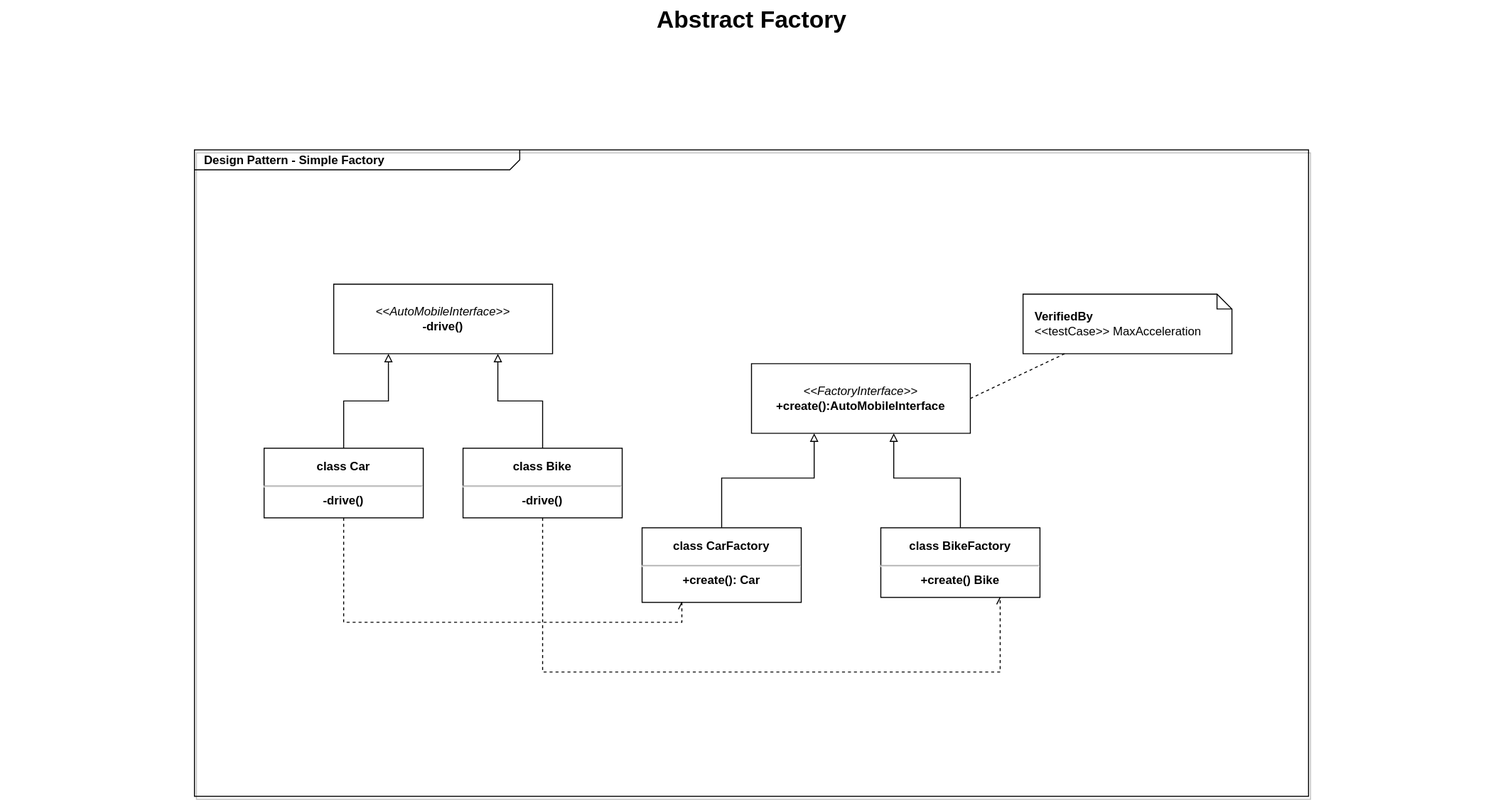
Earlier version of the draw.io export Untitled Diagram.drawio.svg (DevWL/abstract-factory). Source tidied: cells renumbered, new cells last; positions are measured from the earlier drawing's top-left corner, leaving out a move shared by most shapes.
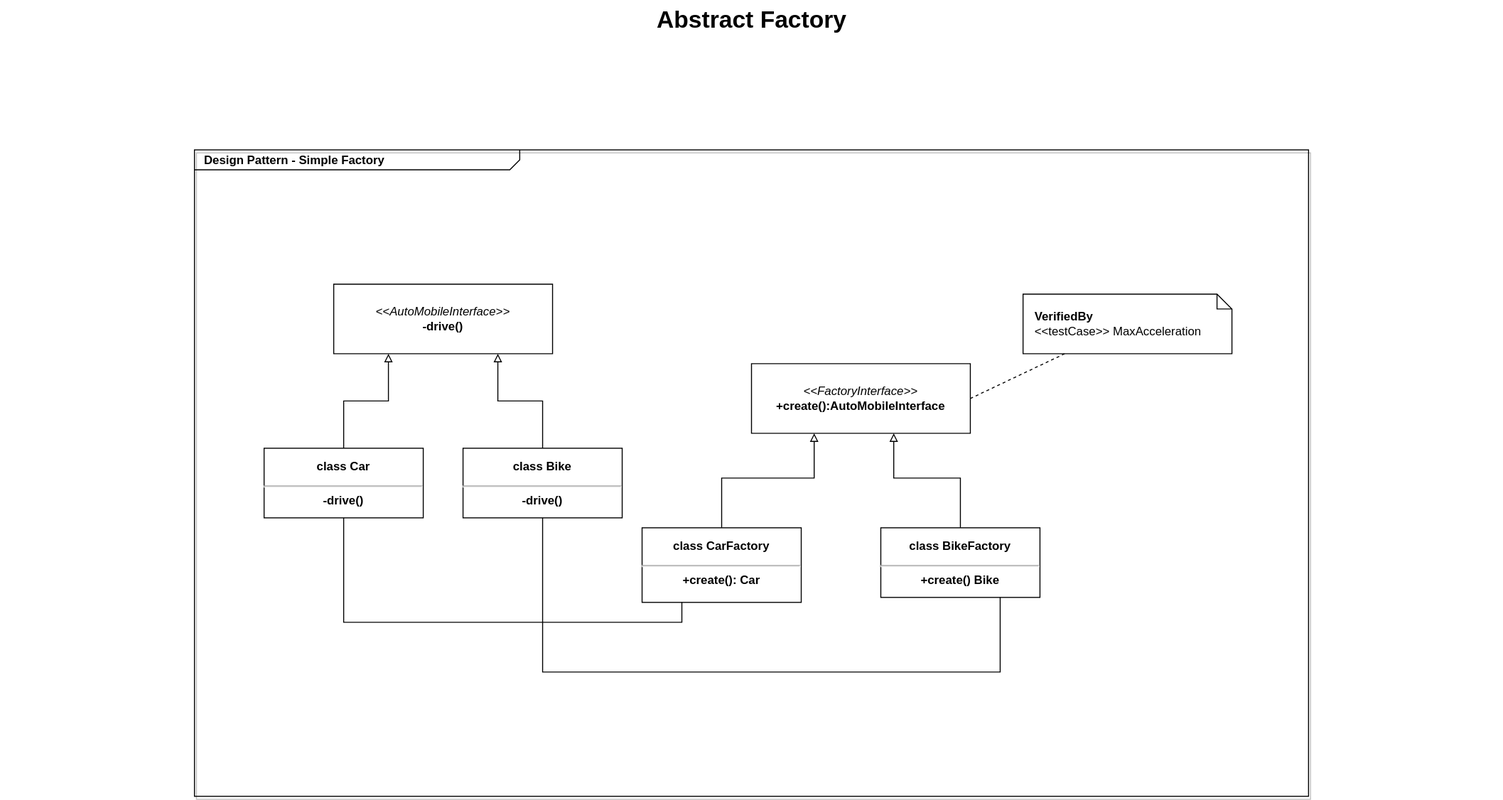
After the commit.

Change to the diagram source:
```diff
@@ -42,7 +42,7 @@
     <mxCell id="11" style="edgeStyle=orthogonalEdgeStyle;rounded=0;jettySize=auto;html=1;entryX=0.75;entryY=1;entryDx=0;entryDy=0;entryPerimeter=0;endArrow=block;endFill=0;" parent="1" edge="1" source="13" target="17">
       <mxGeometry relative="1" as="geometry" />
     </mxCell>
-    <mxCell id="12" style="edgeStyle=orthogonalEdgeStyle;rounded=0;jettySize=auto;html=1;entryX=0.75;entryY=1;entryDx=0;entryDy=0;endArrow=openAsync;endFill=0;dashed=1;" parent="1" edge="1" source="13" target="7">
+    <mxCell id="12" style="edgeStyle=orthogonalEdgeStyle;rounded=0;jettySize=auto;html=1;entryX=0.75;entryY=1;entryDx=0;entryDy=0;endArrow=none;endFill=0;" parent="1" edge="1" source="13" target="7">
       <mxGeometry relative="1" as="geometry">
         <Array as="points">
           <mxPoint x="545" y="675" />
@@ -56,7 +56,7 @@
     <mxCell id="14" style="edgeStyle=orthogonalEdgeStyle;rounded=0;jettySize=auto;html=1;entryX=0.25;entryY=1;entryDx=0;entryDy=0;entryPerimeter=0;endArrow=block;endFill=0;" parent="1" edge="1" source="16" target="17">
       <mxGeometry relative="1" as="geometry" />
     </mxCell>
-    <mxCell id="15" style="edgeStyle=orthogonalEdgeStyle;rounded=0;jettySize=auto;html=1;entryX=0.25;entryY=1;entryDx=0;entryDy=0;endArrow=openAsync;endFill=0;dashed=1;" parent="1" edge="1" source="16" target="5">
+    <mxCell id="15" style="edgeStyle=orthogonalEdgeStyle;rounded=0;jettySize=auto;html=1;entryX=0.25;entryY=1;entryDx=0;entryDy=0;endArrow=none;endFill=0;" parent="1" edge="1" source="16" target="5">
       <mxGeometry relative="1" as="geometry">
         <Array as="points">
           <mxPoint x="345" y="625" />
```
